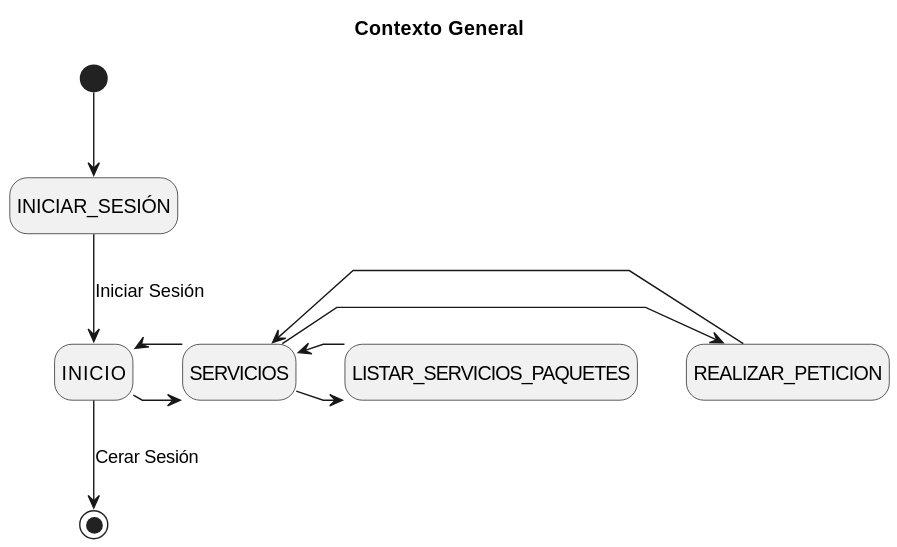
Earlier version of the PlantUML export Caso_de_Uso/Contexto/Servicios/Contexto.svg (mmasias/23-24-IdSw1-SDR).
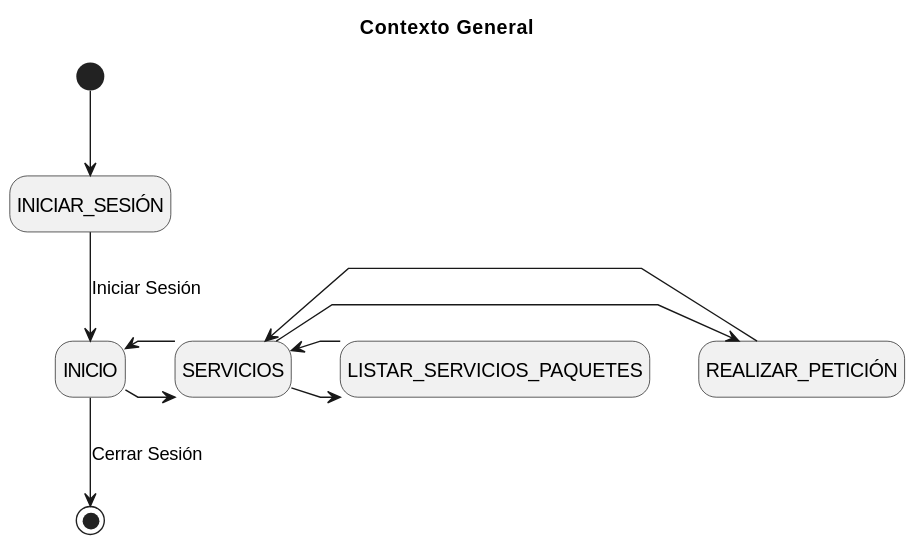
The same diagram one commit later.

Change to the diagram source:
```diff
@@ -15,11 +15,11 @@
 INICIO -> SERVICIOS
 INICIO <- SERVICIOS
 
-SERVICIOS -> REALIZAR_PETICION
-SERVICIOS <- REALIZAR_PETICION
+SERVICIOS -> REALIZAR_PETICIÓN
+SERVICIOS <- REALIZAR_PETICIÓN
 SERVICIOS -> LISTAR_SERVICIOS_PAQUETES
 SERVICIOS <- LISTAR_SERVICIOS_PAQUETES
 
-INICIO --> [*] : Cerar Sesión
+INICIO --> [*] : Cerrar Sesión
 
 @enduml
```
